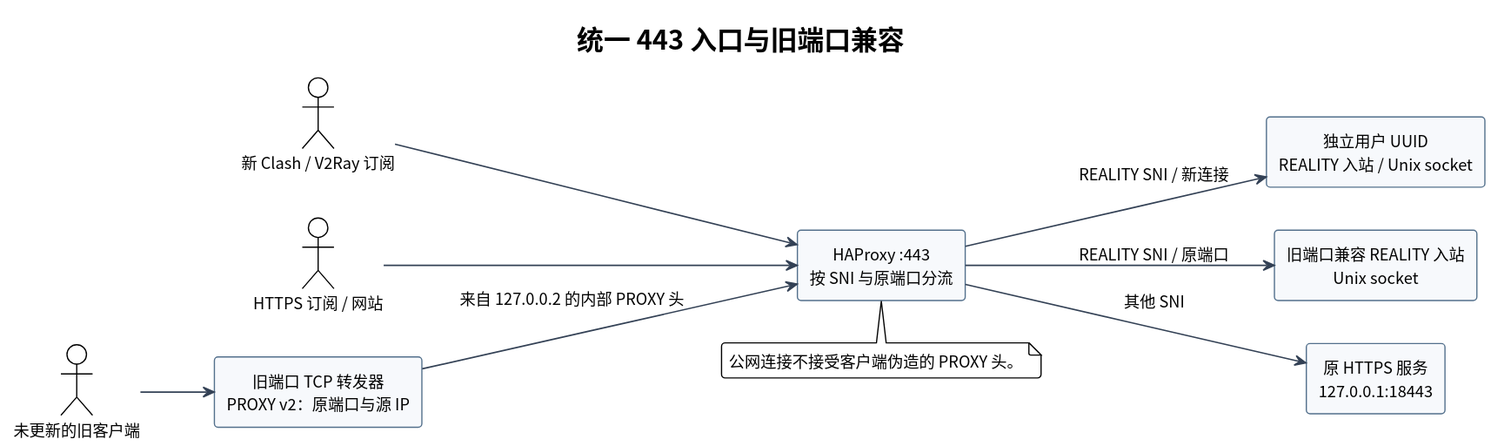
The PlantUML diagram docs/diagrams/unified-entry.svg in i-zrhe2016/ai-routing-panel, before a commit.
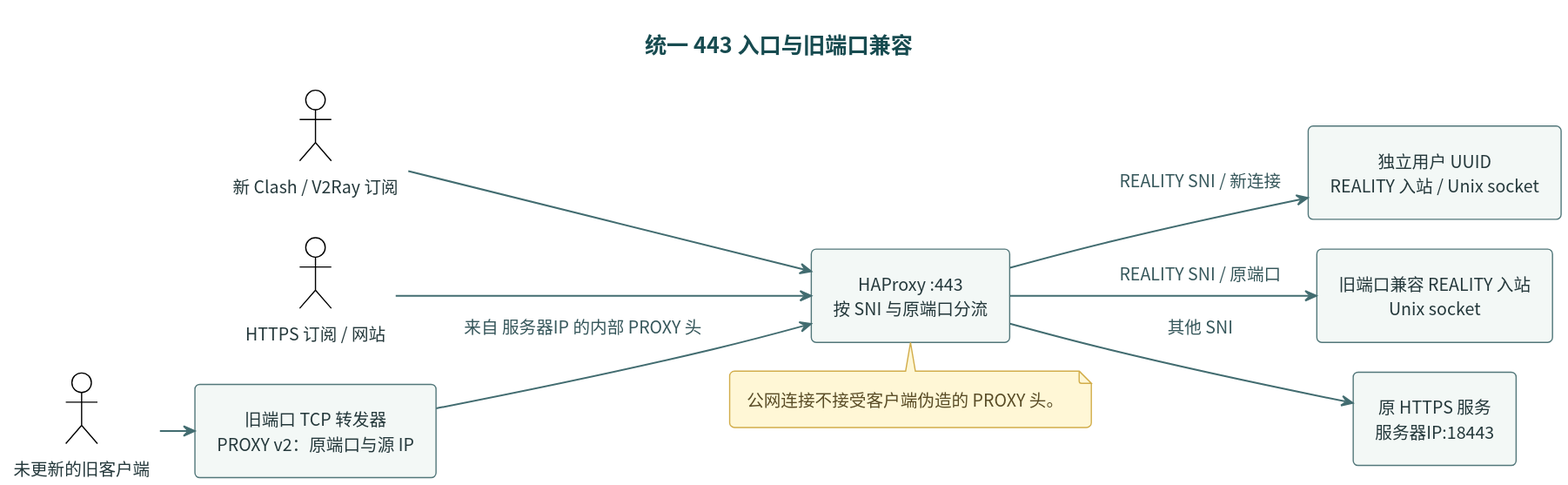
The same diagram one commit later.

Diff of the diagram source:
```diff
@@ -9,10 +9,10 @@
 component "HAProxy :443\n按 SNI 与原端口分流" as gateway
 component "独立用户 UUID\nREALITY 入站 / Unix socket" as modern
 component "旧端口兼容 REALITY 入站\nUnix socket" as compatible
-component "原 HTTPS 服务\n127.0.0.1:18443" as web
+component "原 HTTPS 服务\n服务器IP:18443" as web
 fresh --> gateway
 legacy --> forwarder
-forwarder --> gateway : 来自 127.0.0.2 的内部 PROXY 头
+forwarder --> gateway : 来自 服务器IP 的内部 PROXY 头
 https --> gateway
 gateway --> modern : REALITY SNI / 新连接
 gateway --> compatible : REALITY SNI / 原端口
```
